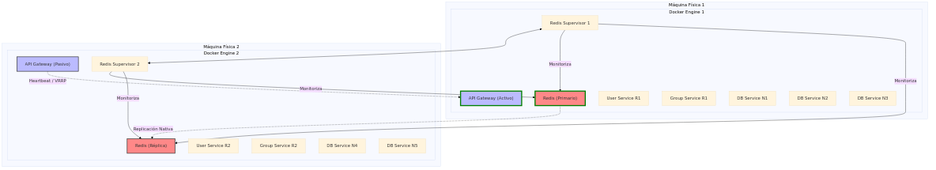
Before: Documents/Informe/imagenes/procesos.png, a diagram exported from Mermaid (gaboCiber/Agenda_Distribuida). Its source is kept beside it as Documents/Informe/imagenes/procesos.mmd. Source of this version:
```mermaid
%%{init: {'theme': 'base', 'themeVariables': { 'background': '#f5f5f5' }}}%%
graph TD
    subgraph "Máquina Física 1"
        direction TB
        subgraph "Docker Engine 1"
            GWA["API Gateway (Activo)"]
            RedisP["Redis (Primario)"]
            RS1["Redis Supervisor 1"]
            US1["User Service R1"]
            GS1["Group Service R1"]
            DB1["DB Service N1"]
            DB2["DB Service N2"]
            DB3["DB Service N3"]
        end
    end

    subgraph "Máquina Física 2"
        direction TB
        subgraph "Docker Engine 2"
            GWP["API Gateway (Pasivo)"]
            RedisR["Redis (Réplica)"]
            RS2["Redis Supervisor 2"]
            US2["User Service R2"]
            GS2["Group Service R2"]
            DB4["DB Service N4"]
            DB5["DB Service N5"]
        end
    end

    GWP -. Heartbeat / VRRP .-> GWA
    RS1 <--> RS2
    RS1 & RS2 -- Monitoriza --> RedisP & RedisR
    RedisP -. Replicación Nativa .-> RedisR

    style GWA fill:#bbf,stroke:green,stroke-width:4px
    style RedisP fill:#f88,stroke:green,stroke-width:4px
    style GWP fill:#bbf,stroke:#333,stroke-width:2px
    style RedisR fill:#f88,stroke:#333,stroke-width:2px
```
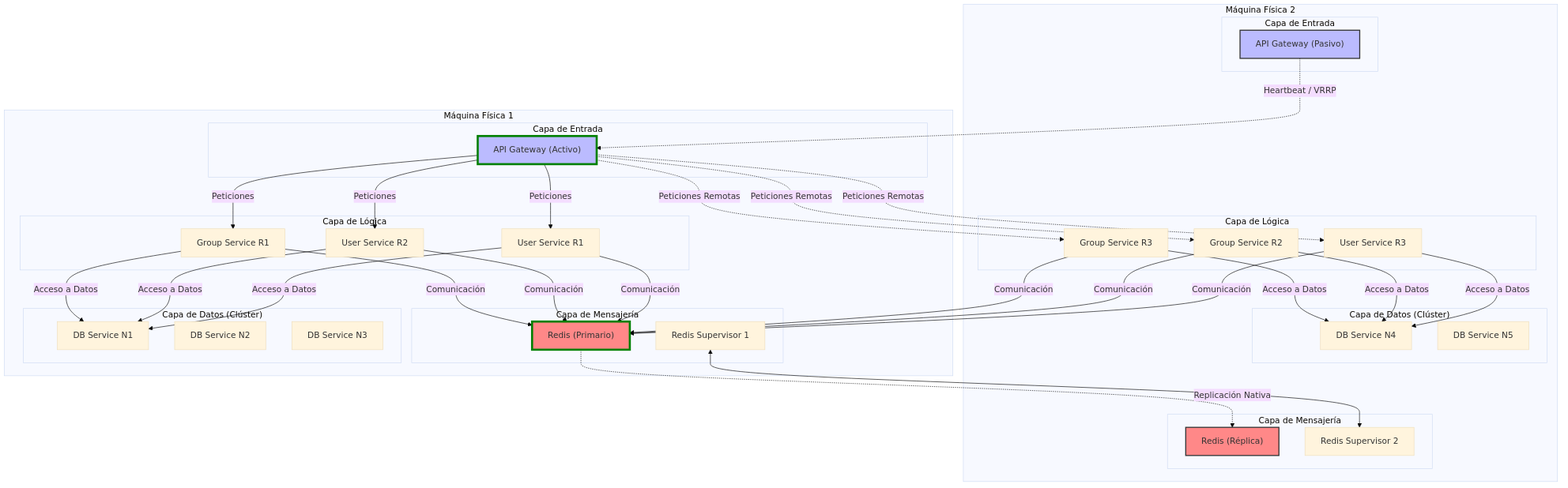
After the change.

What changed in the source:
```diff
@@ -1,13 +1,20 @@
 %%{init: {'theme': 'base', 'themeVariables': { 'background': '#f5f5f5' }}}%%
-graph TD
+graph TB
     subgraph "Máquina Física 1"
         direction TB
-        subgraph "Docker Engine 1"
+        subgraph "Capa de Entrada"
             GWA["API Gateway (Activo)"]
+        end
+        subgraph "Capa de Mensajería"
             RedisP["Redis (Primario)"]
             RS1["Redis Supervisor 1"]
+        end
+        subgraph "Capa de Lógica"
             US1["User Service R1"]
+            US2["User Service R2"]
             GS1["Group Service R1"]
+        end
+        subgraph "Capa de Datos (Clúster)"
             DB1["DB Service N1"]
             DB2["DB Service N2"]
             DB3["DB Service N3"]
@@ -16,12 +23,19 @@
 
     subgraph "Máquina Física 2"
         direction TB
-        subgraph "Docker Engine 2"
+         subgraph "Capa de Entrada"
             GWP["API Gateway (Pasivo)"]
+        end
+        subgraph "Capa de Mensajería"
             RedisR["Redis (Réplica)"]
             RS2["Redis Supervisor 2"]
-            US2["User Service R2"]
+        end
+        subgraph "Capa de Lógica"
+            US3["User Service R3"]
             GS2["Group Service R2"]
+            GS3["Group Service R3"]
+        end
+        subgraph "Capa de Datos (Clúster)"
             DB4["DB Service N4"]
             DB5["DB Service N5"]
         end
@@ -29,8 +43,14 @@
 
     GWP -. Heartbeat / VRRP .-> GWA
     RS1 <--> RS2
-    RS1 & RS2 -- Monitoriza --> RedisP & RedisR
     RedisP -. Replicación Nativa .-> RedisR
+
+    GWA -- Peticiones --> US1 & US2 & GS1
+    GWA -. Peticiones Remotas .-> US3 & GS2 & GS3
+    US1 & US2 & GS1 -- Comunicación --> RedisP
+    US3 & GS2 & GS3 -- Comunicación --> RedisP
+    US1 & US2 & GS1 -- Acceso a Datos --> DB1
+    US3 & GS2 & GS3 -- Acceso a Datos --> DB4
 
     style GWA fill:#bbf,stroke:green,stroke-width:4px
     style RedisP fill:#f88,stroke:green,stroke-width:4px
```
